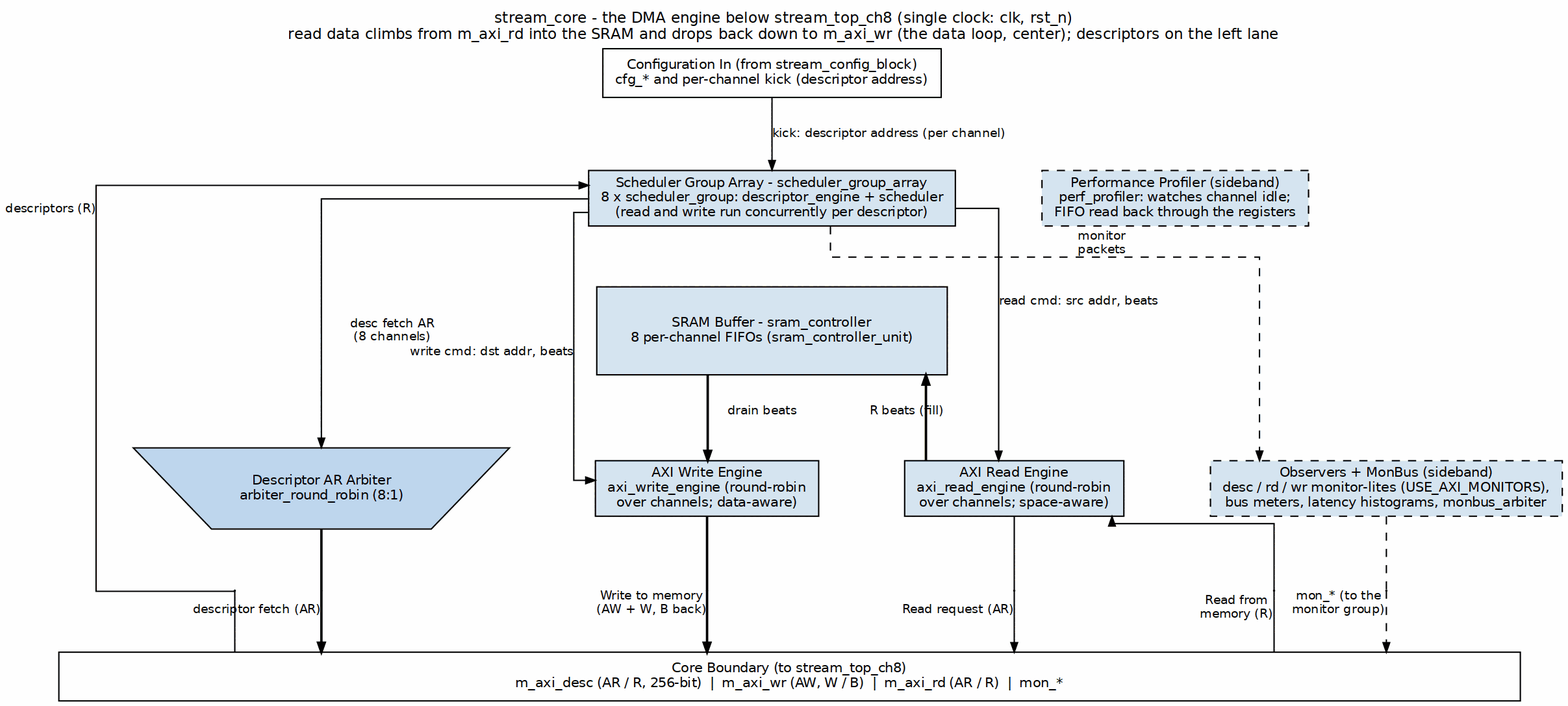
Earlier version of the Graphviz export projects/components/dma-ip/stream/docs/stream_mas/assets/graphviz/01_stream_core.png (sean-galloway/RTLDesignSherpa). Its source is kept beside it as projects/components/dma-ip/stream/docs/stream_mas/assets/graphviz/01_stream_core.dot.
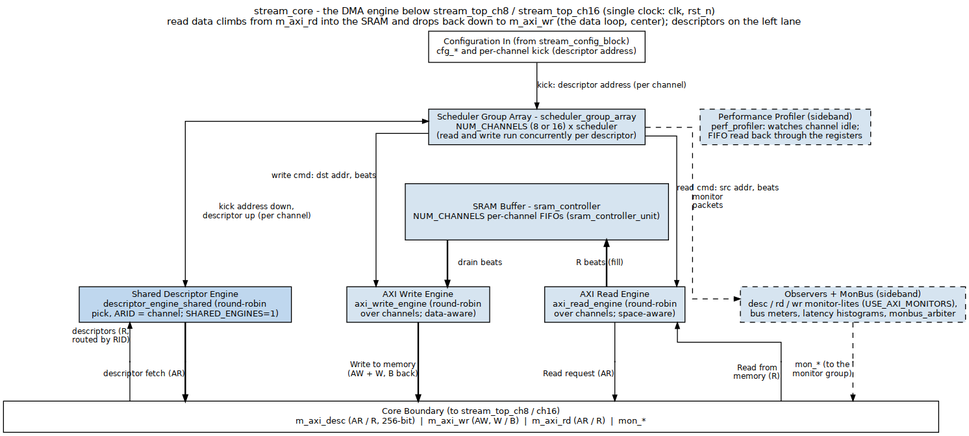
The same diagram one commit later.

The edit, as a diff of the source:
```diff
@@ -1,26 +1,26 @@
 digraph stream_core {
     graph [rankdir=TB, bgcolor="white", fontname="Helvetica", fontsize=11,
            nodesep="0.45", ranksep="0.60", splines=ortho,
-           label="stream_core - the DMA engine below stream_top_ch8 (single clock: clk, rst_n)\nread data climbs from m_axi_rd into the SRAM and drops back down to m_axi_wr (the data loop, center); descriptors on the left lane",
+           label="stream_core - the DMA engine below stream_top_ch8 / stream_top_ch16 (single clock: clk, rst_n)\nread data climbs from m_axi_rd into the SRAM and drops back down to m_axi_wr (the data loop, center); descriptors on the left lane",
            labelloc=t, labeljust=c];
     node  [fontname="Helvetica", fontsize=10, shape=box, style=filled,
            fillcolor="#D6E4F0", color="black", margin="0.12,0.06"];
     edge  [fontname="Helvetica", fontsize=9, color="black", arrowsize=0.7];
 
     s_apb [label="Configuration In (from stream_config_block)\ncfg_* and per-channel kick (descriptor address)", fillcolor="white", group=C];
-    sram  [label="SRAM Buffer - sram_controller\n8 per-channel FIFOs (sram_controller_unit)", height=0.9, width=3.6, group=C];
-    sga   [label="Scheduler Group Array - scheduler_group_array\n8 x scheduler_group: descriptor_engine + scheduler\n(read and write run concurrently per descriptor)", group=C];
+    sram  [label="SRAM Buffer - sram_controller\nNUM_CHANNELS per-channel FIFOs (sram_controller_unit)", height=0.9, width=3.6, group=C];
+    sga   [label="Scheduler Group Array - scheduler_group_array\nNUM_CHANNELS (8 or 16) x scheduler\n(read and write run concurrently per descriptor)", group=C];
     wr    [label="AXI Write Engine\naxi_write_engine (round-robin\nover channels; data-aware)", group=L];
-    arb   [label="Descriptor AR Arbiter\narbiter_round_robin (8:1)", shape=invtrapezium, width=3.4, fillcolor="#BFD7EE", group=A];
+    arb   [label="Shared Descriptor Engine\ndescriptor_engine_shared (round-robin\npick, ARID = channel; SHARED_ENGINES=1)", width=3.4, fillcolor="#BFD7EE", group=A];
     mon   [label="Observers + MonBus (sideband)\ndesc / rd / wr monitor-lites (USE_AXI_MONITORS),\nbus meters, latency histograms, monbus_arbiter", style="filled,dashed", group=M];
     rd    [label="AXI Read Engine\naxi_read_engine (round-robin\nover channels; space-aware)", group=R];
     perf  [label="Performance Profiler (sideband)\nperf_profiler: watches channel idle;\nFIFO read back through the registers", style="filled,dashed", group=R];
 
-    mem [label="Core Boundary (to stream_top_ch8)\nm_axi_desc (AR / R, 256-bit)  |  m_axi_wr (AW, W / B)  |  m_axi_rd (AR / R)  |  mon_*",
+    mem [label="Core Boundary (to stream_top_ch8 / ch16)\nm_axi_desc (AR / R, 256-bit)  |  m_axi_wr (AW, W / B)  |  m_axi_rd (AR / R)  |  mon_*",
          fillcolor="white", width=15.0, group=C];
 
     s_apb -> sga  [label="kick: descriptor address (per channel)"];
-    sga   -> arb  [label="desc fetch AR\n(8 channels)"];
+    sga   -> arb  [dir=both, label="kick address down,\ndescriptor up (per channel)"];
     sga   -> wr   [xlabel="write cmd: dst addr, beats"];
     sga   -> rd   [xlabel="read cmd: src addr, beats"];
     sga   -> mon  [style=dashed, xlabel="monitor\npackets"];
@@ -41,7 +41,7 @@
     p_wr -> mem   [xlabel="Write to memory\n(AW + W, B back)", penwidth=1.8, tailclip=false];
     arb  -> p_cmd [arrowhead=none, headclip=false, penwidth=1.8];
     p_cmd -> mem  [xlabel="descriptor fetch (AR)", penwidth=1.8, tailclip=false];
-    sga  -> p_dr  [dir=back, headclip=false, xlabel="descriptors (R)"];
+    arb  -> p_dr  [dir=back, headclip=false, xlabel="descriptors (R,\nrouted by RID)"];
     p_dr -> mem   [dir=none, tailclip=false];
     mon  -> p_mn  [arrowhead=none, headclip=false, style=dashed];
     p_mn -> mem   [style=dashed, xlabel="mon_* (to the\nmonitor group)", tailclip=false];
```
